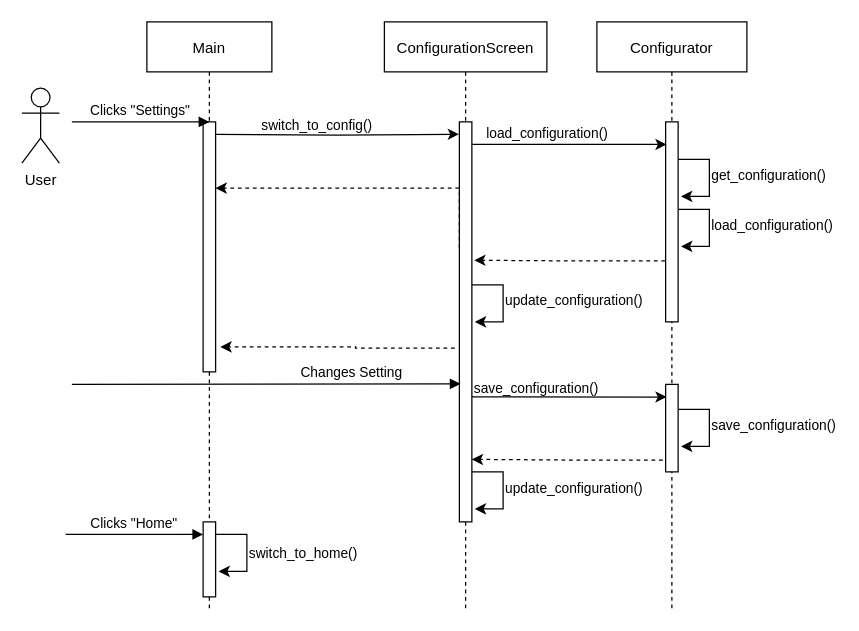
The draw.io diagram docs/design/drawio/interaction_diagrams/update_config.drawio in Sang0920/senior-project-spring-2022-blueprint-automation-tool, before the edit. Source tidied: cells renumbered, new cells numbered last; positions are measured from the earlier drawing's top-left corner, leaving out a move shared by most shapes. Both pictures are drawn from the tidied source at 125%, with x=0, y=0 at pixel (21, 21).
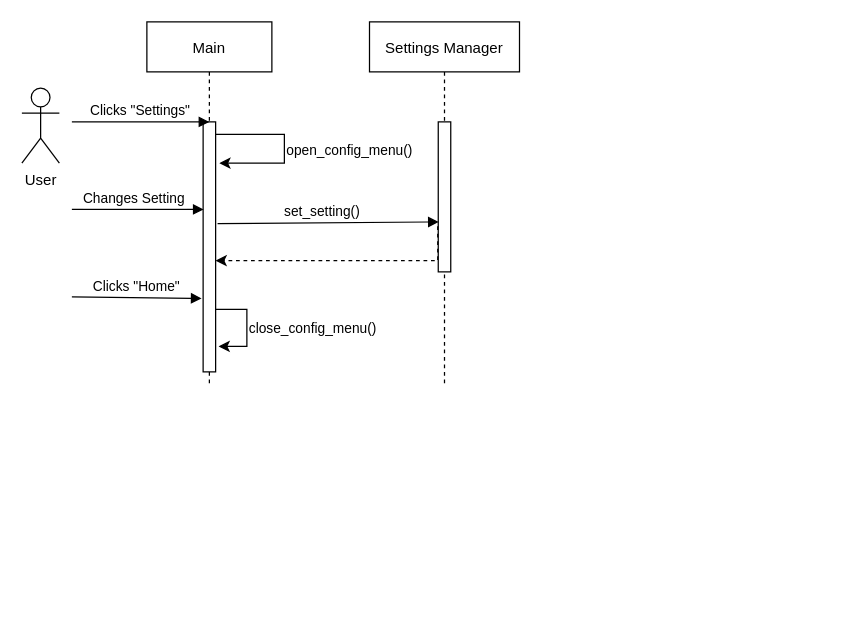
After the change.

Unchanged cells that the change refers to:
```xml
<mxCell id="3" style="points=[];perimeter=orthogonalPerimeter;rounded=0;shadow=0;strokeWidth=1;" parent="2" vertex="1">
  <mxGeometry x="45" y="80" width="10" height="200" as="geometry" />
</mxCell>
```

The edit, as a diff of the source:
```diff
@@
     <mxCell id="2" value="Main" style="shape=umlLifeline;perimeter=lifelinePerimeter;rounded=0;shadow=0;strokeWidth=1;" parent="1" vertex="1">
-      <mxGeometry x="100" width="100" height="470" as="geometry" />
+      <mxGeometry x="100" width="100" height="290" as="geometry" />
     </mxCell>
@@
-    <mxCell id="4" style="edgeStyle=orthogonalEdgeStyle;rounded=0;jettySize=auto;html=1;entryX=-0.033;entryY=0.031;entryDx=0;entryDy=0;entryPerimeter=0;" parent="2" edge="1" target="7">
+    <mxCell id="4" style="edgeStyle=orthogonalEdgeStyle;rounded=0;orthogonalLoop=1;jettySize=auto;html=1;" parent="2" edge="1">
       <mxGeometry relative="1" as="geometry">
         <mxPoint x="55" y="90" as="sourcePoint" />
+        <mxPoint x="58" y="113" as="targetPoint" />
+        <Array as="points">
+          <mxPoint x="110" y="90" />
+          <mxPoint x="110" y="113" />
+          <mxPoint x="58" y="113" />
+        </Array>
       </mxGeometry>
     </mxCell>
     <mxCell id="5" style="edgeStyle=orthogonalEdgeStyle;rounded=0;orthogonalLoop=1;jettySize=auto;html=1;entryX=1.238;entryY=0.203;entryDx=0;entryDy=0;entryPerimeter=0;exitX=1;exitY=0.018;exitDx=0;exitDy=0;exitPerimeter=0;" parent="2" edge="1">
       <mxGeometry relative="1" as="geometry">
-        <mxPoint x="55" y="410" as="sourcePoint" />
-        <mxPoint x="57.4" y="439.6" as="targetPoint" />
+        <mxPoint x="55" y="230" as="sourcePoint" />
+        <mxPoint x="57.4" y="259.6" as="targetPoint" />
         <Array as="points">
-          <mxPoint x="80" y="410.1" />
-          <mxPoint x="80" y="440.1" />
+          <mxPoint x="80" y="230.1" />
+          <mxPoint x="80" y="260.1" />
         </Array>
       </mxGeometry>
     </mxCell>
-    <mxCell id="6" value="ConfigurationScreen" style="shape=umlLifeline;perimeter=lifelinePerimeter;rounded=0;shadow=0;strokeWidth=1;" parent="1" vertex="1">
-      <mxGeometry x="290" width="130" height="470" as="geometry" />
-    </mxCell>
-    <mxCell id="7" style="points=[];perimeter=orthogonalPerimeter;rounded=0;shadow=0;strokeWidth=1;" parent="6" vertex="1">
-      <mxGeometry x="60" y="80" width="10" height="320" as="geometry" />
-    </mxCell>
-    <mxCell id="8" style="edgeStyle=orthogonalEdgeStyle;rounded=0;orthogonalLoop=1;jettySize=auto;html=1;entryX=1.238;entryY=0.203;entryDx=0;entryDy=0;entryPerimeter=0;exitX=1;exitY=0.018;exitDx=0;exitDy=0;exitPerimeter=0;" parent="6" edge="1">
-      <mxGeometry relative="1" as="geometry">
-        <mxPoint x="70" y="210.4" as="sourcePoint" />
-        <mxPoint x="72.4" y="240" as="targetPoint" />
-        <Array as="points">
-          <mxPoint x="95" y="210.5" />
-          <mxPoint x="95" y="240.5" />
-        </Array>
-      </mxGeometry>
-    </mxCell>
-    <mxCell id="9" value="save_configuration()" style="text;html=1;strokeColor=none;fillColor=none;align=left;verticalAlign=middle;whiteSpace=wrap;rounded=0;fontSize=11;" parent="6" vertex="1">
-      <mxGeometry x="70" y="290" width="60" height="6" as="geometry" />
-    </mxCell>
-    <mxCell id="10" style="edgeStyle=orthogonalEdgeStyle;rounded=0;orthogonalLoop=1;jettySize=auto;html=1;entryX=0.08;entryY=0.113;entryDx=0;entryDy=0;entryPerimeter=0;" parent="6" edge="1">
-      <mxGeometry relative="1" as="geometry">
-        <mxPoint x="70" y="300" as="sourcePoint" />
-        <mxPoint x="225.8" y="300.1" as="targetPoint" />
-        <Array as="points">
-          <mxPoint x="70" y="300" />
-        </Array>
-      </mxGeometry>
-    </mxCell>
-    <mxCell id="11" style="edgeStyle=orthogonalEdgeStyle;rounded=0;orthogonalLoop=1;jettySize=auto;html=1;entryX=1.19;entryY=0.346;entryDx=0;entryDy=0;entryPerimeter=0;dashed=1;exitX=-0.04;exitY=0.695;exitDx=0;exitDy=0;exitPerimeter=0;" parent="6" edge="1">
-      <mxGeometry relative="1" as="geometry">
-        <mxPoint x="222.7" y="350.5" as="sourcePoint" />
-        <mxPoint x="70" y="350" as="targetPoint" />
-        <Array as="points">
-          <mxPoint x="143.1" y="350.3" />
-        </Array>
-      </mxGeometry>
-    </mxCell>
-    <mxCell id="12" style="edgeStyle=orthogonalEdgeStyle;rounded=0;orthogonalLoop=1;jettySize=auto;html=1;entryX=1.238;entryY=0.203;entryDx=0;entryDy=0;entryPerimeter=0;exitX=1;exitY=0.018;exitDx=0;exitDy=0;exitPerimeter=0;" parent="6" edge="1">
-      <mxGeometry relative="1" as="geometry">
-        <mxPoint x="70" y="360" as="sourcePoint" />
-        <mxPoint x="72.4" y="389.6" as="targetPoint" />
-        <Array as="points">
-          <mxPoint x="95" y="360.1" />
-          <mxPoint x="95" y="390.1" />
-        </Array>
-      </mxGeometry>
-    </mxCell>
@@
-    <mxCell id="14" value="switch_to_config()" style="text;html=1;strokeColor=none;fillColor=none;align=left;verticalAlign=middle;whiteSpace=wrap;rounded=0;fontSize=11;" parent="1" vertex="1">
-      <mxGeometry x="190" y="80" width="60" height="6" as="geometry" />
+    <mxCell id="14" value="open_config_menu()" style="text;html=1;strokeColor=none;fillColor=none;align=left;verticalAlign=middle;whiteSpace=wrap;rounded=0;fontSize=11;" parent="1" vertex="1">
+      <mxGeometry x="210" y="100" width="60" height="6" as="geometry" />
     </mxCell>
-    <mxCell id="15" style="edgeStyle=orthogonalEdgeStyle;rounded=0;jettySize=auto;html=1;exitX=0;exitY=0.315;exitDx=0;exitDy=0;exitPerimeter=0;dashed=1;" parent="1" edge="1" source="7">
-      <mxGeometry relative="1" as="geometry">
-        <mxPoint x="155" y="133" as="targetPoint" />
-        <Array as="points">
-          <mxPoint x="325" y="133" />
-          <mxPoint x="240" y="133" />
-        </Array>
-      </mxGeometry>
-    </mxCell>
-    <mxCell id="16" value="Configurator" style="shape=umlLifeline;perimeter=lifelinePerimeter;rounded=0;shadow=0;strokeWidth=1;" parent="1" vertex="1">
-      <mxGeometry x="460" width="120" height="470" as="geometry" />
+    <mxCell id="16" value="Settings Manager" style="shape=umlLifeline;perimeter=lifelinePerimeter;rounded=0;shadow=0;strokeWidth=1;" parent="1" vertex="1">
+      <mxGeometry x="278.1" width="120" height="290" as="geometry" />
     </mxCell>
     <mxCell id="17" style="points=[];perimeter=orthogonalPerimeter;rounded=0;shadow=0;strokeWidth=1;" parent="16" vertex="1">
-      <mxGeometry x="55" y="80" width="10" height="160" as="geometry" />
+      <mxGeometry x="55" y="80" width="10" height="120" as="geometry" />
     </mxCell>
-    <mxCell id="18" style="edgeStyle=orthogonalEdgeStyle;rounded=0;orthogonalLoop=1;jettySize=auto;html=1;entryX=1.238;entryY=0.203;entryDx=0;entryDy=0;entryPerimeter=0;exitX=1;exitY=0.018;exitDx=0;exitDy=0;exitPerimeter=0;" parent="16" edge="1">
-      <mxGeometry relative="1" as="geometry">
-        <mxPoint x="65" y="110" as="sourcePoint" />
-        <mxPoint x="67.4" y="139.6" as="targetPoint" />
-        <Array as="points">
-          <mxPoint x="90" y="110.1" />
-          <mxPoint x="90" y="140.1" />
-        </Array>
-      </mxGeometry>
-    </mxCell>
-    <mxCell id="19" style="edgeStyle=orthogonalEdgeStyle;rounded=0;orthogonalLoop=1;jettySize=auto;html=1;entryX=1.238;entryY=0.203;entryDx=0;entryDy=0;entryPerimeter=0;exitX=1;exitY=0.018;exitDx=0;exitDy=0;exitPerimeter=0;" parent="16" edge="1">
-      <mxGeometry relative="1" as="geometry">
-        <mxPoint x="65" y="150" as="sourcePoint" />
-        <mxPoint x="67.4" y="179.6" as="targetPoint" />
-        <Array as="points">
-          <mxPoint x="90" y="150.1" />
-          <mxPoint x="90" y="180.1" />
-        </Array>
-      </mxGeometry>
-    </mxCell>
-    <mxCell id="20" style="perimeter=orthogonalPerimeter;rounded=0;shadow=0;strokeWidth=1;" parent="16" vertex="1">
-      <mxGeometry x="55" y="290" width="10" height="70" as="geometry" />
-    </mxCell>
-    <mxCell id="21" style="edgeStyle=orthogonalEdgeStyle;rounded=0;orthogonalLoop=1;jettySize=auto;html=1;entryX=1.238;entryY=0.203;entryDx=0;entryDy=0;entryPerimeter=0;exitX=1;exitY=0.018;exitDx=0;exitDy=0;exitPerimeter=0;" parent="16" edge="1">
-      <mxGeometry relative="1" as="geometry">
-        <mxPoint x="65" y="310" as="sourcePoint" />
-        <mxPoint x="67.4" y="339.6" as="targetPoint" />
-        <Array as="points">
-          <mxPoint x="90" y="310.1" />
-          <mxPoint x="90" y="340.1" />
-        </Array>
-      </mxGeometry>
-    </mxCell>
-    <mxCell id="22" style="edgeStyle=orthogonalEdgeStyle;rounded=0;jettySize=auto;html=1;entryX=0.08;entryY=0.113;entryDx=0;entryDy=0;entryPerimeter=0;" parent="1" edge="1" target="17">
-      <mxGeometry relative="1" as="geometry">
-        <mxPoint x="360" y="98" as="sourcePoint" />
-        <Array as="points">
-          <mxPoint x="360" y="98" />
-        </Array>
-      </mxGeometry>
-    </mxCell>
-    <mxCell id="23" value="load_configuration()" style="text;html=1;strokeColor=none;fillColor=none;align=left;verticalAlign=middle;whiteSpace=wrap;rounded=0;fontSize=11;" parent="1" vertex="1">
-      <mxGeometry x="370" y="86" width="60" height="6" as="geometry" />
-    </mxCell>
-    <mxCell id="24" style="edgeStyle=orthogonalEdgeStyle;rounded=0;jettySize=auto;html=1;entryX=1.19;entryY=0.346;entryDx=0;entryDy=0;entryPerimeter=0;dashed=1;exitX=-0.04;exitY=0.695;exitDx=0;exitDy=0;exitPerimeter=0;" parent="1" edge="1" source="17" target="7">
+    <mxCell id="24" style="edgeStyle=orthogonalEdgeStyle;rounded=0;jettySize=auto;html=1;dashed=1;exitX=-0.04;exitY=0.695;exitDx=0;exitDy=0;exitPerimeter=0;" parent="1" edge="1" source="17">
       <mxGeometry relative="1" as="geometry">
+        <mxPoint x="155" y="191" as="targetPoint" />
         <Array as="points">
-          <mxPoint x="435" y="191" />
+          <mxPoint x="333" y="191" />
+          <mxPoint x="155" y="191" />
         </Array>
       </mxGeometry>
     </mxCell>
-    <mxCell id="25" value="get_configuration()" style="text;html=1;strokeColor=none;fillColor=none;align=left;verticalAlign=middle;whiteSpace=wrap;rounded=0;fontSize=11;" parent="1" vertex="1">
-      <mxGeometry x="550" y="120" width="60" height="6" as="geometry" />
-    </mxCell>
-    <mxCell id="26" value="load_configuration()" style="text;html=1;strokeColor=none;fillColor=none;align=left;verticalAlign=middle;whiteSpace=wrap;rounded=0;fontSize=11;" parent="1" vertex="1">
-      <mxGeometry x="550" y="160" width="60" height="6" as="geometry" />
-    </mxCell>
@@
-    <mxCell id="28" value="update_configuration()" style="text;html=1;strokeColor=none;fillColor=none;align=left;verticalAlign=middle;whiteSpace=wrap;rounded=0;fontSize=11;" parent="1" vertex="1">
-      <mxGeometry x="385" y="220" width="60" height="6" as="geometry" />
-    </mxCell>
-    <mxCell id="29" style="edgeStyle=orthogonalEdgeStyle;rounded=0;jettySize=auto;html=1;entryX=1.386;entryY=0.9;entryDx=0;entryDy=0;entryPerimeter=0;dashed=1;exitX=-0.04;exitY=0.695;exitDx=0;exitDy=0;exitPerimeter=0;" parent="1" edge="1" target="3">
-      <mxGeometry relative="1" as="geometry">
-        <mxPoint x="346.3" y="261" as="sourcePoint" />
-        <Array as="points">
-          <mxPoint x="267" y="261" />
-          <mxPoint x="267" y="260" />
-        </Array>
-      </mxGeometry>
-    </mxCell>
-    <mxCell id="30" value="Changes Setting" style="verticalAlign=bottom;endArrow=block;shadow=0;strokeWidth=1;entryX=0.094;entryY=0.655;entryDx=0;entryDy=0;entryPerimeter=0;" parent="1" edge="1" target="7">
-      <mxGeometry x="0.44" relative="1" as="geometry">
-        <mxPoint x="40" y="290" as="sourcePoint" />
+    <mxCell id="30" value="Changes Setting" style="verticalAlign=bottom;endArrow=block;shadow=0;strokeWidth=1;entryX=0.044;entryY=0.35;entryDx=0;entryDy=0;entryPerimeter=0;" parent="1" edge="1" target="3">
+      <mxGeometry x="-0.05" relative="1" as="geometry">
+        <mxPoint x="40" y="150" as="sourcePoint" />
       </mxGeometry>
     </mxCell>
-    <mxCell id="31" value="save_configuration()" style="text;html=1;strokeColor=none;fillColor=none;align=left;verticalAlign=middle;whiteSpace=wrap;rounded=0;fontSize=11;" parent="1" vertex="1">
-      <mxGeometry x="550" y="320" width="60" height="6" as="geometry" />
-    </mxCell>
-    <mxCell id="32" value="update_configuration()" style="text;html=1;strokeColor=none;fillColor=none;align=left;verticalAlign=middle;whiteSpace=wrap;rounded=0;fontSize=11;" parent="1" vertex="1">
-      <mxGeometry x="385" y="370" width="60" height="6" as="geometry" />
-    </mxCell>
-    <mxCell id="33" style="perimeter=orthogonalPerimeter;rounded=0;shadow=0;strokeWidth=1;" parent="1" vertex="1">
-      <mxGeometry x="145" y="400" width="10" height="60" as="geometry" />
-    </mxCell>
-    <mxCell id="34" value="Clicks &quot;Home&quot;" style="verticalAlign=bottom;endArrow=block;entryX=0;entryY=0;shadow=0;strokeWidth=1;" parent="1" edge="1">
+    <mxCell id="34" value="Clicks &quot;Home&quot;" style="verticalAlign=bottom;endArrow=block;entryX=-0.122;entryY=0.706;shadow=0;strokeWidth=1;entryDx=0;entryDy=0;entryPerimeter=0;" parent="1" edge="1" target="3">
       <mxGeometry relative="1" as="geometry">
-        <mxPoint x="35" y="410" as="sourcePoint" />
-        <mxPoint x="145" y="410" as="targetPoint" />
+        <mxPoint x="40" y="220" as="sourcePoint" />
       </mxGeometry>
     </mxCell>
-    <mxCell id="35" value="switch_to_home()" style="text;html=1;strokeColor=none;fillColor=none;align=left;verticalAlign=middle;whiteSpace=wrap;rounded=0;fontSize=11;" parent="1" vertex="1">
-      <mxGeometry x="180" y="420" width="60" height="10" as="geometry" />
+    <mxCell id="35" value="close_config_menu()" style="text;html=1;strokeColor=none;fillColor=none;align=left;verticalAlign=middle;whiteSpace=wrap;rounded=0;fontSize=11;" parent="1" vertex="1">
+      <mxGeometry x="180" y="240" width="60" height="10" as="geometry" />
     </mxCell>
+    <mxCell id="36" value="set_setting()" style="verticalAlign=bottom;endArrow=block;shadow=0;strokeWidth=1;entryX=0.04;entryY=0.667;entryDx=0;entryDy=0;entryPerimeter=0;exitX=1.156;exitY=0.407;exitDx=0;exitDy=0;exitPerimeter=0;" parent="1" edge="1" source="3" target="17">
+      <mxGeometry x="-0.05" relative="1" as="geometry" />
+    </mxCell>
```
